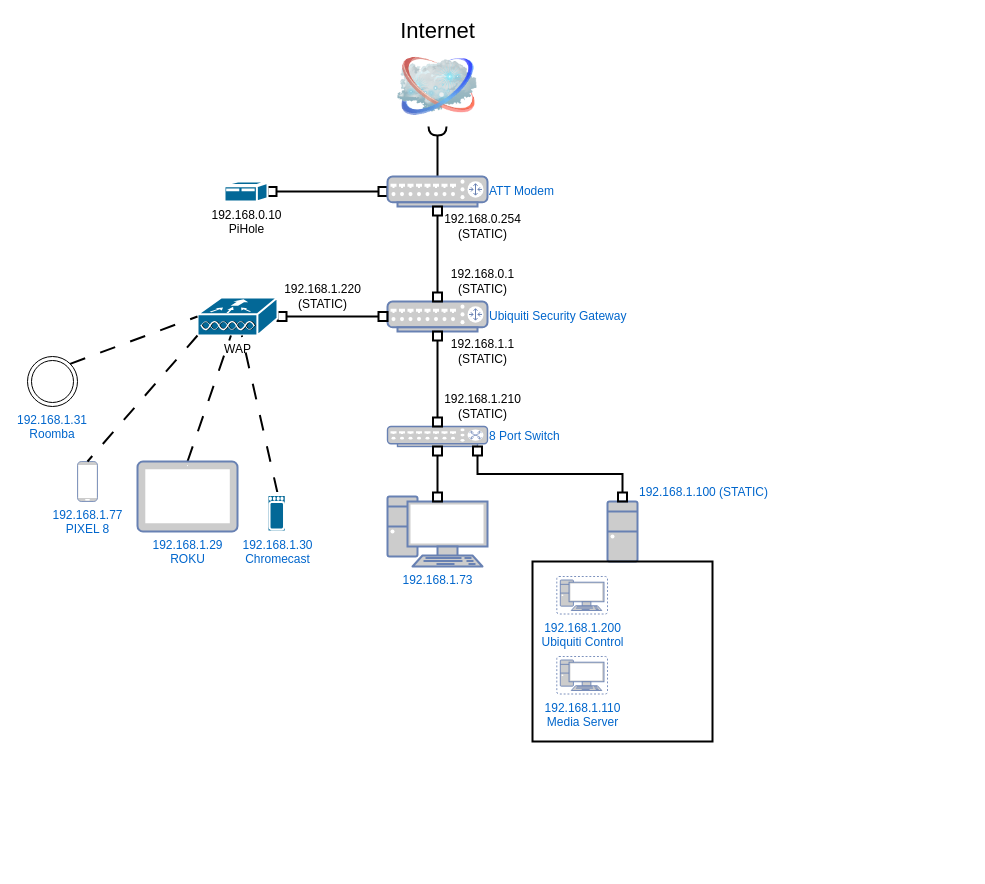
Earlier version of the draw.io diagram HomeNet.drawio (RelaxingThought/Diagramming). Source tidied: cells renumbered, new cells numbered last; positions are measured from the earlier drawing's top-left corner, leaving out a move shared by most shapes. Both pictures are drawn from the tidied source at 100%, with x=0, y=0 at pixel (27, 46).
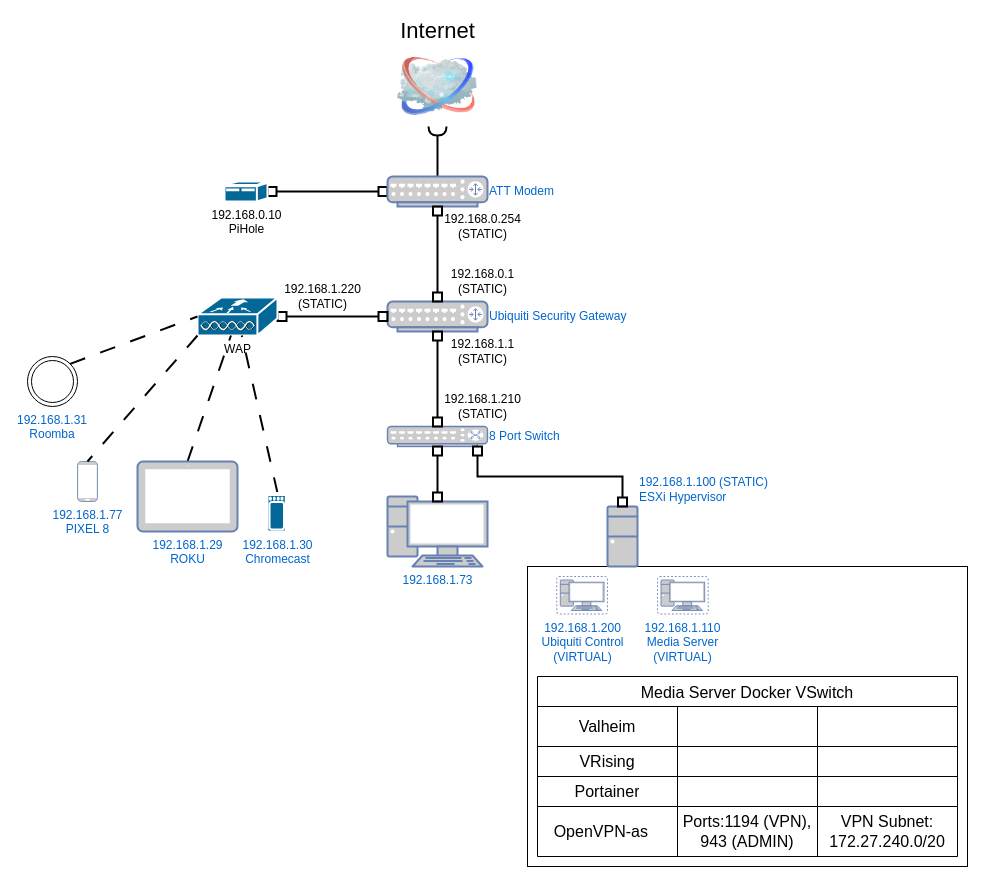
The same page after the edit.

What changed in the source:
```diff
@@
+    <mxCell id="33" style="rounded=0;whiteSpace=wrap;html=1;fillColor=none;" parent="1" vertex="1">
+      <mxGeometry x="500" y="520" width="440" height="300" as="geometry" />
+    </mxCell>
@@
-    <mxCell id="21" value="192.168.1.100 (STATIC)" style="fontColor=#0066CC;verticalAlign=bottom;verticalLabelPosition=top;labelPosition=right;align=left;html=1;outlineConnect=0;fillColor=#CCCCCC;strokeColor=#6881B3;gradientColor=none;gradientDirection=north;strokeWidth=2;shape=mxgraph.networks.desktop_pc;" parent="1" vertex="1">
-      <mxGeometry x="580" y="455" width="30" height="60" as="geometry" />
+    <mxCell id="21" value="192.168.1.100 (STATIC)&lt;br&gt;ESXi Hypervisor" style="fontColor=#0066CC;verticalAlign=bottom;verticalLabelPosition=top;labelPosition=right;align=left;html=1;outlineConnect=0;fillColor=#CCCCCC;strokeColor=#6881B3;gradientColor=none;gradientDirection=north;strokeWidth=2;shape=mxgraph.networks.desktop_pc;" parent="1" vertex="1">
+      <mxGeometry x="580" y="460" width="30" height="60" as="geometry" />
     </mxCell>
@@
-    <mxCell id="29" style="whiteSpace=wrap;html=1;fillColor=none;strokeWidth=2;" parent="1" vertex="1">
-      <mxGeometry x="505" y="515" width="180" height="180" as="geometry" />
-    </mxCell>
-    <mxCell id="30" value="192.168.1.110&lt;br&gt;Media Server" style="fontColor=#0066CC;verticalAlign=top;verticalLabelPosition=bottom;labelPosition=center;align=center;html=1;fillColor=#CCCCCC;strokeColor=#6881B3;gradientColor=none;gradientDirection=north;strokeWidth=2;shape=mxgraph.networks.virtual_pc;" parent="1" vertex="1">
-      <mxGeometry x="529.3" y="610" width="50.7" height="37.5" as="geometry" />
+    <mxCell id="30" value="192.168.1.110&lt;br&gt;Media Server&lt;br&gt;(VIRTUAL)" style="fontColor=#0066CC;verticalAlign=top;verticalLabelPosition=bottom;labelPosition=center;align=center;html=1;fillColor=#CCCCCC;strokeColor=#6881B3;gradientColor=none;gradientDirection=north;strokeWidth=2;shape=mxgraph.networks.virtual_pc;" parent="1" vertex="1">
+      <mxGeometry x="630" y="530" width="50.7" height="37.5" as="geometry" />
     </mxCell>
-    <mxCell id="31" value="192.168.1.200&lt;br&gt;Ubiquiti Control" style="fontColor=#0066CC;verticalAlign=top;verticalLabelPosition=bottom;labelPosition=center;align=center;html=1;fillColor=#CCCCCC;strokeColor=#6881B3;gradientColor=none;gradientDirection=north;strokeWidth=2;shape=mxgraph.networks.virtual_pc;" parent="1" vertex="1">
+    <mxCell id="31" value="192.168.1.200&lt;br&gt;Ubiquiti Control&lt;br&gt;(VIRTUAL)" style="fontColor=#0066CC;verticalAlign=top;verticalLabelPosition=bottom;labelPosition=center;align=center;html=1;fillColor=#CCCCCC;strokeColor=#6881B3;gradientColor=none;gradientDirection=north;strokeWidth=2;shape=mxgraph.networks.virtual_pc;" parent="1" vertex="1">
       <mxGeometry x="529.3" y="530" width="50.7" height="37.5" as="geometry" />
     </mxCell>
@@
+    <mxCell id="34" value="Media Server Docker VSwitch" style="shape=table;startSize=30;childLayout=tableLayout;strokeColor=default;fontSize=16;" parent="1" vertex="1">
+      <mxGeometry x="510" y="630" width="420" height="180" as="geometry" />
+    </mxCell>
+    <mxCell id="35" style="shape=tableRow;horizontal=0;startSize=0;swimlaneHead=0;swimlaneBody=0;strokeColor=inherit;top=0;left=0;bottom=0;right=0;fillColor=none;fontSize=16;" parent="34" vertex="1">
+      <mxGeometry y="30" width="420" height="40" as="geometry" />
+    </mxCell>
+    <mxCell id="36" value="Valheim" style="shape=partialRectangle;html=1;whiteSpace=wrap;strokeColor=inherit;overflow=hidden;fillColor=none;top=0;left=0;bottom=0;right=0;fontSize=16;" parent="35" vertex="1">
+      <mxGeometry width="140" height="40" as="geometry" />
+    </mxCell>
+    <mxCell id="37" style="shape=partialRectangle;html=1;whiteSpace=wrap;strokeColor=inherit;overflow=hidden;fillColor=none;top=0;left=0;bottom=0;right=0;fontSize=16;" parent="35" vertex="1">
+      <mxGeometry x="140" width="140" height="40" as="geometry" />
+    </mxCell>
+    <mxCell id="38" style="shape=partialRectangle;html=1;whiteSpace=wrap;strokeColor=inherit;overflow=hidden;fillColor=none;top=0;left=0;bottom=0;right=0;fontSize=16;" parent="35" vertex="1">
+      <mxGeometry x="280" width="140" height="40" as="geometry" />
+    </mxCell>
+    <mxCell id="39" style="shape=tableRow;horizontal=0;startSize=0;swimlaneHead=0;swimlaneBody=0;strokeColor=inherit;top=0;left=0;bottom=0;right=0;fillColor=none;fontSize=16;" parent="34" vertex="1">
+      <mxGeometry y="70" width="420" height="30" as="geometry" />
+    </mxCell>
+    <mxCell id="40" value="VRising" style="shape=partialRectangle;html=1;whiteSpace=wrap;strokeColor=inherit;overflow=hidden;fillColor=none;top=0;left=0;bottom=0;right=0;fontSize=16;" parent="39" vertex="1">
+      <mxGeometry width="140" height="30" as="geometry" />
+    </mxCell>
+    <mxCell id="41" style="shape=partialRectangle;html=1;whiteSpace=wrap;strokeColor=inherit;overflow=hidden;fillColor=none;top=0;left=0;bottom=0;right=0;fontSize=16;" parent="39" vertex="1">
+      <mxGeometry x="140" width="140" height="30" as="geometry" />
+    </mxCell>
+    <mxCell id="42" style="shape=partialRectangle;html=1;whiteSpace=wrap;strokeColor=inherit;overflow=hidden;fillColor=none;top=0;left=0;bottom=0;right=0;fontSize=16;" parent="39" vertex="1">
+      <mxGeometry x="280" width="140" height="30" as="geometry" />
+    </mxCell>
+    <mxCell id="43" style="shape=tableRow;horizontal=0;startSize=0;swimlaneHead=0;swimlaneBody=0;strokeColor=inherit;top=0;left=0;bottom=0;right=0;fillColor=none;fontSize=16;" parent="34" vertex="1">
+      <mxGeometry y="100" width="420" height="30" as="geometry" />
+    </mxCell>
+    <mxCell id="44" value="Portainer" style="shape=partialRectangle;html=1;whiteSpace=wrap;strokeColor=inherit;overflow=hidden;fillColor=none;top=0;left=0;bottom=0;right=0;fontSize=16;" parent="43" vertex="1">
+      <mxGeometry width="140" height="30" as="geometry" />
+    </mxCell>
+    <mxCell id="45" style="shape=partialRectangle;html=1;whiteSpace=wrap;strokeColor=inherit;overflow=hidden;fillColor=none;top=0;left=0;bottom=0;right=0;fontSize=16;" parent="43" vertex="1">
+      <mxGeometry x="140" width="140" height="30" as="geometry" />
+    </mxCell>
+    <mxCell id="46" style="shape=partialRectangle;html=1;whiteSpace=wrap;strokeColor=inherit;overflow=hidden;fillColor=none;top=0;left=0;bottom=0;right=0;fontSize=16;" parent="43" vertex="1">
+      <mxGeometry x="280" width="140" height="30" as="geometry" />
+    </mxCell>
+    <mxCell id="47" style="shape=tableRow;horizontal=0;startSize=0;swimlaneHead=0;swimlaneBody=0;strokeColor=inherit;top=0;left=0;bottom=0;right=0;fillColor=none;fontSize=16;" parent="34" vertex="1">
+      <mxGeometry y="130" width="420" height="50" as="geometry" />
+    </mxCell>
+    <mxCell id="48" value="OpenVPN-as&lt;span style=&quot;white-space: pre;&quot;&gt;&#9;&lt;/span&gt;" style="shape=partialRectangle;html=1;whiteSpace=wrap;strokeColor=inherit;overflow=hidden;fillColor=none;top=0;left=0;bottom=0;right=0;fontSize=16;" parent="47" vertex="1">
+      <mxGeometry width="140" height="50" as="geometry" />
+    </mxCell>
+    <mxCell id="49" value="Ports:1194 (VPN),&lt;br&gt;943 (ADMIN)" style="shape=partialRectangle;html=1;whiteSpace=wrap;strokeColor=inherit;overflow=hidden;fillColor=none;top=0;left=0;bottom=0;right=0;fontSize=16;" parent="47" vertex="1">
+      <mxGeometry x="140" width="140" height="50" as="geometry" />
+    </mxCell>
+    <mxCell id="50" value="VPN Subnet:&lt;br&gt;172.27.240.0/20" style="shape=partialRectangle;html=1;whiteSpace=wrap;strokeColor=inherit;overflow=hidden;fillColor=none;top=0;left=0;bottom=0;right=0;fontSize=16;" parent="47" vertex="1">
+      <mxGeometry x="280" width="140" height="50" as="geometry" />
+    </mxCell>
```
